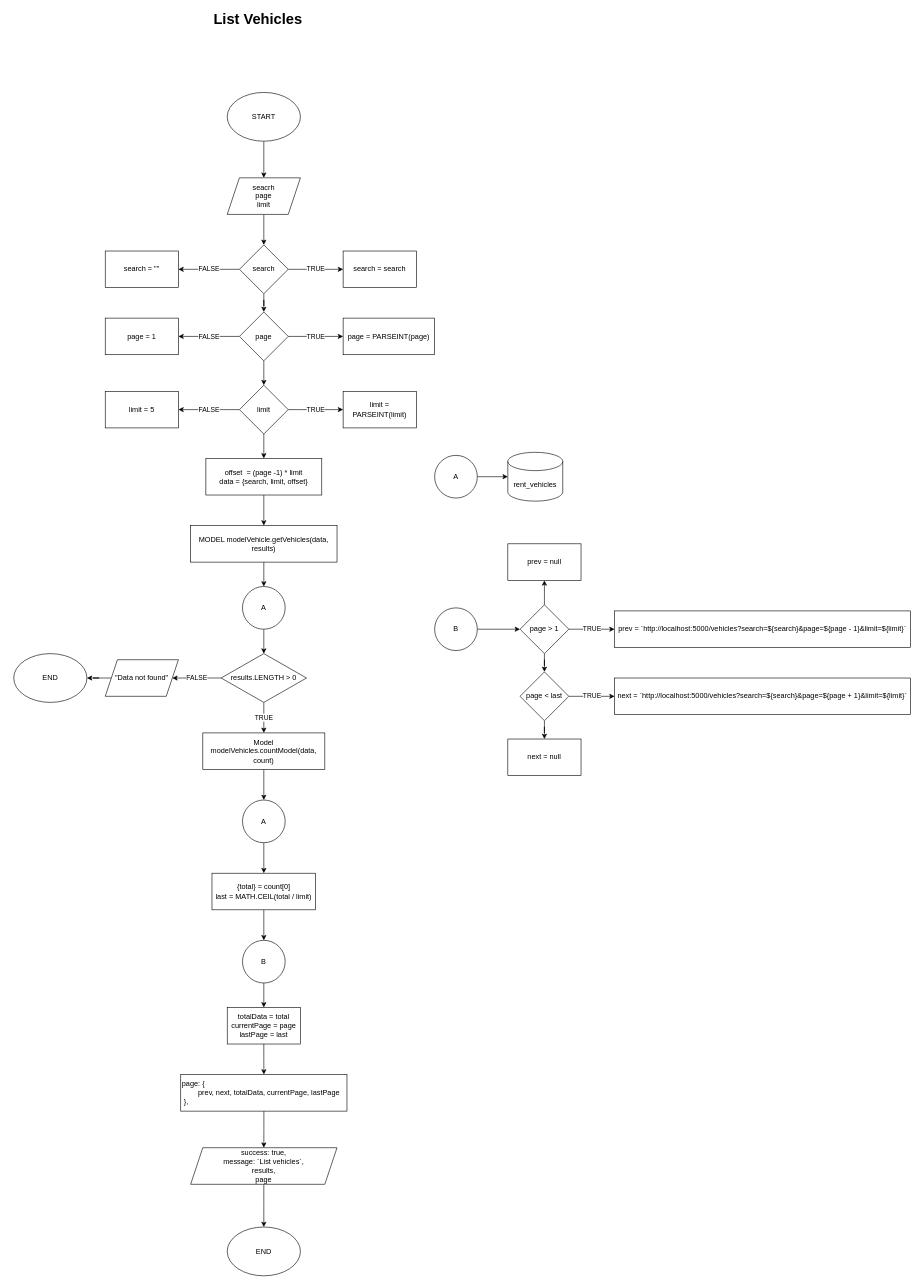
Above: page "list vehicles" (1 of 6) of flowchart/vehicles.drawio in rintosaputro/fw5-backend-beginner (draw.io), before the change. Source tidied: cells renumbered, new cells numbered last; positions are measured from the earlier drawing's top-left corner, leaving out a move shared by most shapes. Both pictures are drawn from the tidied source at 61%, with x=0, y=0 at pixel (13, 13).
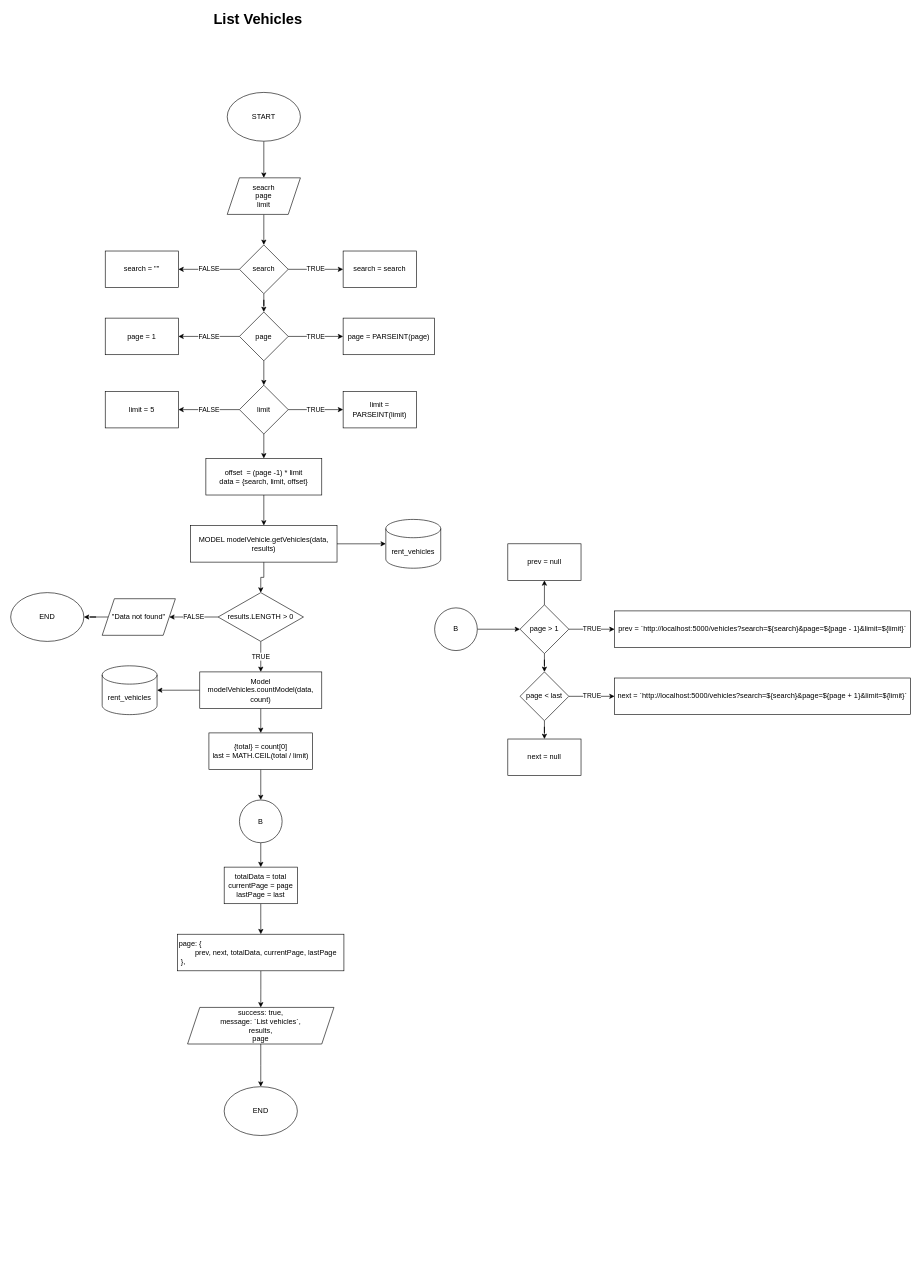
The same diagram, later.

Unchanged cells that the change refers to:
```xml
<mxCell id="27" value="MODEL modelVehicle.getVehicles(data, results)" style="rounded=0;whiteSpace=wrap;html=1;" parent="1" vertex="1">
  <mxGeometry x="290" y="840" width="240" height="60" as="geometry" />
</mxCell>
```

Change to the diagram source:
```diff
@@
-    <mxCell id="26" style="edgeStyle=orthogonalEdgeStyle;rounded=0;jettySize=auto;html=1;" parent="1" edge="1" source="27" target="30">
-      <mxGeometry relative="1" as="geometry" />
-    </mxCell>
+    <mxCell id="68" style="edgeStyle=orthogonalEdgeStyle;rounded=0;jettySize=auto;html=1;fontSize=12;" parent="1" edge="1" source="27" target="28">
+      <mxGeometry relative="1" as="geometry" />
+    </mxCell>
+    <mxCell id="69" style="edgeStyle=orthogonalEdgeStyle;rounded=0;jettySize=auto;html=1;fontSize=12;" parent="1" edge="1" source="27" target="35">
+      <mxGeometry relative="1" as="geometry" />
+    </mxCell>
@@
     <mxCell id="28" value="rent_vehicles" style="shape=cylinder3;whiteSpace=wrap;html=1;boundedLbl=1;backgroundOutline=1;size=15;" parent="1" vertex="1">
-      <mxGeometry x="810" y="720" width="90" height="80" as="geometry" />
+      <mxGeometry x="610" y="830" width="90" height="80" as="geometry" />
     </mxCell>
-    <mxCell id="29" style="edgeStyle=orthogonalEdgeStyle;rounded=0;jettySize=auto;html=1;" parent="1" edge="1" source="30" target="35">
-      <mxGeometry relative="1" as="geometry" />
-    </mxCell>
-    <mxCell id="30" value="A" style="ellipse;whiteSpace=wrap;html=1;" parent="1" vertex="1">
-      <mxGeometry x="375" y="940" width="70" height="70" as="geometry" />
-    </mxCell>
-    <mxCell id="31" style="edgeStyle=orthogonalEdgeStyle;rounded=0;jettySize=auto;html=1;" parent="1" edge="1" source="32" target="28">
-      <mxGeometry relative="1" as="geometry" />
-    </mxCell>
-    <mxCell id="32" value="A" style="ellipse;whiteSpace=wrap;html=1;" parent="1" vertex="1">
-      <mxGeometry x="690" y="725" width="70" height="70" as="geometry" />
-    </mxCell>
@@
     <mxCell id="35" value="results.LENGTH &amp;gt; 0" style="rhombus;whiteSpace=wrap;html=1;" parent="1" vertex="1">
-      <mxGeometry x="340" y="1050" width="140" height="80" as="geometry" />
+      <mxGeometry x="335" y="950" width="140" height="80" as="geometry" />
     </mxCell>
@@
     <mxCell id="37" value="&quot;Data not found&quot;" style="shape=parallelogram;perimeter=parallelogramPerimeter;whiteSpace=wrap;html=1;fixedSize=1;" parent="1" vertex="1">
-      <mxGeometry x="150" y="1060" width="120" height="60" as="geometry" />
+      <mxGeometry x="145" y="960" width="120" height="60" as="geometry" />
     </mxCell>
-    <mxCell id="38" style="edgeStyle=orthogonalEdgeStyle;rounded=0;jettySize=auto;html=1;" parent="1" edge="1" source="39" target="41">
-      <mxGeometry relative="1" as="geometry" />
-    </mxCell>
+    <mxCell id="70" style="edgeStyle=orthogonalEdgeStyle;rounded=0;jettySize=auto;html=1;fontSize=12;" parent="1" edge="1" source="39" target="72">
+      <mxGeometry relative="1" as="geometry" />
+    </mxCell>
+    <mxCell id="71" style="edgeStyle=orthogonalEdgeStyle;rounded=0;jettySize=auto;html=1;fontSize=12;" parent="1" edge="1" source="39" target="43">
+      <mxGeometry relative="1" as="geometry" />
+    </mxCell>
     <mxCell id="39" value="Model modelVehicles.countModel(data, count)" style="rounded=0;whiteSpace=wrap;html=1;" parent="1" vertex="1">
-      <mxGeometry x="310" y="1180" width="200" height="60" as="geometry" />
+      <mxGeometry x="305" y="1080" width="200" height="60" as="geometry" />
     </mxCell>
-    <mxCell id="40" style="edgeStyle=orthogonalEdgeStyle;rounded=0;jettySize=auto;html=1;" parent="1" edge="1" source="41" target="43">
-      <mxGeometry relative="1" as="geometry" />
-    </mxCell>
-    <mxCell id="41" value="A" style="ellipse;whiteSpace=wrap;html=1;" parent="1" vertex="1">
-      <mxGeometry x="375" y="1290" width="70" height="70" as="geometry" />
-    </mxCell>
@@
     <mxCell id="43" value="{total} = count[0]&lt;br&gt;last = MATH.CEIL(total / limit)" style="rounded=0;whiteSpace=wrap;html=1;" parent="1" vertex="1">
-      <mxGeometry x="325" y="1410" width="170" height="60" as="geometry" />
+      <mxGeometry x="320" y="1180" width="170" height="60" as="geometry" />
     </mxCell>
@@
     <mxCell id="45" value="&lt;div&gt;page:&amp;nbsp;&lt;span&gt;{&lt;/span&gt;&lt;/div&gt;&lt;div&gt;&lt;span&gt;&lt;span style=&quot;white-space: pre&quot;&gt;&#9;&lt;/span&gt;prev,&lt;/span&gt;&lt;span&gt;&amp;nbsp;next,&lt;/span&gt;&lt;span&gt;&amp;nbsp;totalData,&lt;/span&gt;&lt;span&gt;&amp;nbsp;currentPage,&lt;/span&gt;&lt;span&gt;&amp;nbsp;lastPage&lt;/span&gt;&lt;/div&gt;&lt;div&gt;&amp;nbsp;},&lt;/div&gt;" style="rounded=0;whiteSpace=wrap;html=1;align=left;" parent="1" vertex="1">
-      <mxGeometry x="273.8" y="1740" width="272.5" height="60" as="geometry" />
+      <mxGeometry x="268.8" y="1510" width="272.5" height="60" as="geometry" />
     </mxCell>
     <mxCell id="46" style="edgeStyle=orthogonalEdgeStyle;rounded=0;jettySize=auto;html=1;" parent="1" edge="1" source="47">
       <mxGeometry relative="1" as="geometry">
-        <mxPoint x="410" y="1990" as="targetPoint" />
+        <mxPoint x="405" y="1760" as="targetPoint" />
       </mxGeometry>
     </mxCell>
     <mxCell id="47" value="&lt;div&gt;success: true,&lt;/div&gt;&lt;div&gt;message: `List vehicles`,&lt;/div&gt;&lt;div&gt;&lt;span&gt;results,&lt;/span&gt;&lt;/div&gt;&lt;div&gt;&lt;span&gt;page&lt;/span&gt;&lt;/div&gt;" style="shape=parallelogram;perimeter=parallelogramPerimeter;whiteSpace=wrap;html=1;fixedSize=1;align=center;" parent="1" vertex="1">
-      <mxGeometry x="290" y="1860" width="240" height="60" as="geometry" />
+      <mxGeometry x="285" y="1630" width="240" height="60" as="geometry" />
     </mxCell>
@@
     <mxCell id="62" value="totalData = total&lt;br&gt;currentPage = page&lt;br&gt;lastPage = last" style="rounded=0;whiteSpace=wrap;html=1;" parent="1" vertex="1">
-      <mxGeometry x="350" y="1630" width="120" height="60" as="geometry" />
+      <mxGeometry x="345" y="1400" width="120" height="60" as="geometry" />
     </mxCell>
     <mxCell id="63" value="END" style="ellipse;whiteSpace=wrap;html=1;" parent="1" vertex="1">
-      <mxGeometry y="1050" width="120" height="80" as="geometry" />
+      <mxGeometry x="-5" y="950" width="120" height="80" as="geometry" />
     </mxCell>
     <mxCell id="64" value="END" style="ellipse;whiteSpace=wrap;html=1;" parent="1" vertex="1">
-      <mxGeometry x="350" y="1990" width="120" height="80" as="geometry" />
+      <mxGeometry x="345" y="1760" width="120" height="80" as="geometry" />
     </mxCell>
@@
     <mxCell id="66" value="B" style="ellipse;whiteSpace=wrap;html=1;" parent="1" vertex="1">
-      <mxGeometry x="375" y="1520" width="70" height="70" as="geometry" />
+      <mxGeometry x="370" y="1290" width="70" height="70" as="geometry" />
     </mxCell>
@@
+    <mxCell id="72" value="rent_vehicles" style="shape=cylinder3;whiteSpace=wrap;html=1;boundedLbl=1;backgroundOutline=1;size=15;" parent="1" vertex="1">
+      <mxGeometry x="145" y="1070" width="90" height="80" as="geometry" />
+    </mxCell>
```
